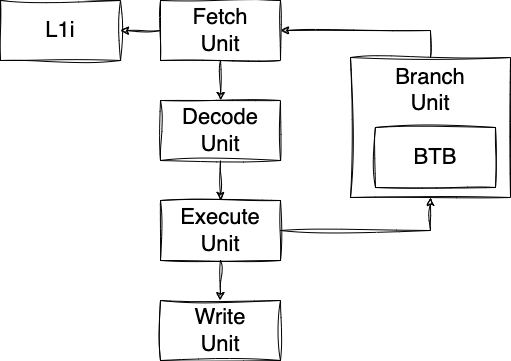
The draw.io diagram res/mvm-4.png in teivah/majorana, before a commit. Source tidied: cells renumbered, new cells last; positions are measured from the earlier drawing's top-left corner, leaving out a move shared by most shapes. Source of this version:
```xml
<mxGraphModel>
  <root>
    <mxCell id="0" />
    <mxCell id="1" parent="0" />
    <mxCell id="2" value="Fetch&lt;br&gt;Unit" style="rounded=0;whiteSpace=wrap;html=1;sketch=1;curveFitting=1;jiggle=2;fontSize=22;" parent="1" vertex="1">
      <mxGeometry x="160" width="120" height="60" as="geometry" />
    </mxCell>
    <mxCell id="3" value="Decode&lt;br&gt;Unit" style="rounded=0;whiteSpace=wrap;html=1;sketch=1;curveFitting=1;jiggle=2;fontSize=22;" parent="1" vertex="1">
      <mxGeometry x="160" y="100" width="120" height="60" as="geometry" />
    </mxCell>
    <mxCell id="4" style="endArrow=classic;html=1;rounded=0;exitX=0.5;exitY=1;exitDx=0;exitDy=0;sketch=1;curveFitting=1;jiggle=2;" parent="1" edge="1" source="2" target="3">
      <mxGeometry relative="1" as="geometry" />
    </mxCell>
    <mxCell id="5" value="Execute&lt;br&gt;Unit" style="rounded=0;whiteSpace=wrap;html=1;sketch=1;curveFitting=1;jiggle=2;fontSize=22;" parent="1" vertex="1">
      <mxGeometry x="160" y="200" width="120" height="60" as="geometry" />
    </mxCell>
    <mxCell id="6" value="Write&lt;br&gt;Unit" style="rounded=0;whiteSpace=wrap;html=1;sketch=1;curveFitting=1;jiggle=2;fontSize=22;" parent="1" vertex="1">
      <mxGeometry x="160" y="300" width="120" height="60" as="geometry" />
    </mxCell>
    <mxCell id="7" style="endArrow=classic;html=1;rounded=0;sketch=1;curveFitting=1;jiggle=2;entryX=0.5;entryY=0;entryDx=0;entryDy=0;" parent="1" edge="1" target="5">
      <mxGeometry relative="1" as="geometry">
        <mxPoint x="220" y="160" as="sourcePoint" />
      </mxGeometry>
    </mxCell>
    <mxCell id="8" style="endArrow=classic;html=1;rounded=0;sketch=1;curveFitting=1;jiggle=2;entryX=0.5;entryY=0;entryDx=0;entryDy=0;exitX=0.5;exitY=1;exitDx=0;exitDy=0;" parent="1" edge="1" source="5" target="6">
      <mxGeometry relative="1" as="geometry" />
    </mxCell>
    <mxCell id="9" value="L1i" style="rounded=0;whiteSpace=wrap;html=1;sketch=1;curveFitting=1;jiggle=2;fontSize=22;" parent="1" vertex="1">
      <mxGeometry width="120" height="60" as="geometry" />
    </mxCell>
    <mxCell id="10" style="endArrow=classic;html=1;rounded=0;exitX=0;exitY=0.5;exitDx=0;exitDy=0;sketch=1;curveFitting=1;jiggle=2;entryX=1;entryY=0.5;entryDx=0;entryDy=0;" parent="1" edge="1" source="2" target="9">
      <mxGeometry relative="1" as="geometry" />
    </mxCell>
    <mxCell id="11" value="Branch&lt;br&gt;Unit" style="rounded=0;whiteSpace=wrap;html=1;sketch=1;curveFitting=1;jiggle=2;fontSize=22;verticalAlign=top;" parent="1" vertex="1">
      <mxGeometry x="350" y="57" width="160" height="140" as="geometry" />
    </mxCell>
    <mxCell id="12" style="endArrow=classic;html=1;rounded=0;sketch=1;curveFitting=1;jiggle=2;entryX=0.5;entryY=1;entryDx=0;entryDy=0;exitX=1;exitY=0.5;exitDx=0;exitDy=0;edgeStyle=orthogonalEdgeStyle;" parent="1" edge="1" source="5" target="11">
      <mxGeometry relative="1" as="geometry" />
    </mxCell>
    <mxCell id="13" value="BTB" style="rounded=0;whiteSpace=wrap;html=1;sketch=1;curveFitting=1;jiggle=2;fontSize=22;" parent="1" vertex="1">
      <mxGeometry x="375" y="127" width="120" height="60" as="geometry" />
    </mxCell>
    <mxCell id="14" style="endArrow=classic;html=1;rounded=0;sketch=1;curveFitting=1;jiggle=2;entryX=1;entryY=0.5;entryDx=0;entryDy=0;exitX=0.5;exitY=0;exitDx=0;exitDy=0;edgeStyle=orthogonalEdgeStyle;" parent="1" edge="1" source="11" target="2">
      <mxGeometry relative="1" as="geometry" />
    </mxCell>
  </root>
</mxGraphModel>
```
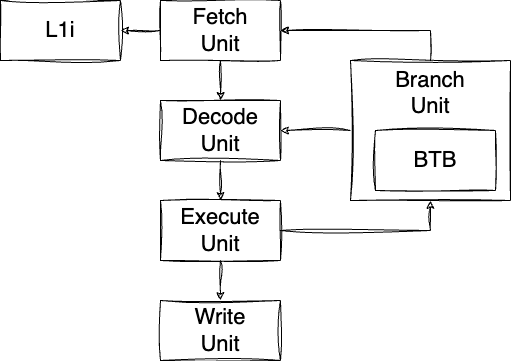
The same diagram one commit later.

The edit, as a diff of the source:
```diff
@@ -32,16 +32,19 @@
       <mxGeometry relative="1" as="geometry" />
     </mxCell>
     <mxCell id="11" value="Branch&lt;br&gt;Unit" style="rounded=0;whiteSpace=wrap;html=1;sketch=1;curveFitting=1;jiggle=2;fontSize=22;verticalAlign=top;" parent="1" vertex="1">
-      <mxGeometry x="350" y="57" width="160" height="140" as="geometry" />
+      <mxGeometry x="350" y="60" width="160" height="140" as="geometry" />
     </mxCell>
     <mxCell id="12" style="endArrow=classic;html=1;rounded=0;sketch=1;curveFitting=1;jiggle=2;entryX=0.5;entryY=1;entryDx=0;entryDy=0;exitX=1;exitY=0.5;exitDx=0;exitDy=0;edgeStyle=orthogonalEdgeStyle;" parent="1" edge="1" source="5" target="11">
       <mxGeometry relative="1" as="geometry" />
     </mxCell>
     <mxCell id="13" value="BTB" style="rounded=0;whiteSpace=wrap;html=1;sketch=1;curveFitting=1;jiggle=2;fontSize=22;" parent="1" vertex="1">
-      <mxGeometry x="375" y="127" width="120" height="60" as="geometry" />
+      <mxGeometry x="375" y="130" width="120" height="60" as="geometry" />
     </mxCell>
     <mxCell id="14" style="endArrow=classic;html=1;rounded=0;sketch=1;curveFitting=1;jiggle=2;entryX=1;entryY=0.5;entryDx=0;entryDy=0;exitX=0.5;exitY=0;exitDx=0;exitDy=0;edgeStyle=orthogonalEdgeStyle;" parent="1" edge="1" source="11" target="2">
       <mxGeometry relative="1" as="geometry" />
     </mxCell>
+    <mxCell id="15" style="endArrow=classic;html=1;rounded=0;sketch=1;curveFitting=1;jiggle=2;exitX=0;exitY=0.5;exitDx=0;exitDy=0;edgeStyle=orthogonalEdgeStyle;" parent="1" edge="1" source="11" target="3">
+      <mxGeometry relative="1" as="geometry" />
+    </mxCell>
   </root>
 </mxGraphModel>
```
